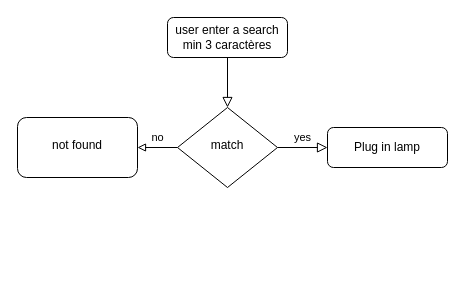
The draw.io diagram Diagramme sans nom.drawio in Missfantaxya/alexiaskrzypczak_7_01022023, before the edit. Source tidied: cells renumbered, new cells numbered last; positions are measured from the earlier drawing's top-left corner, leaving out a move shared by most shapes. Both pictures are drawn from the tidied source at 100%, with x=0, y=0 at pixel (17, 17).
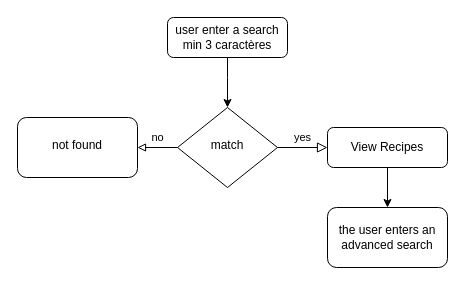
Above is the later version.

The edit, as a diff of the source:
```diff
@@
 <mxGraphModel>
   <root>
     <mxCell id="0" />
     <mxCell id="1" parent="0" />
-    <mxCell id="2" style="rounded=0;html=1;jettySize=auto;fontSize=11;endArrow=block;endFill=0;endSize=8;strokeWidth=1;shadow=0;labelBackgroundColor=none;edgeStyle=orthogonalEdgeStyle;" parent="1" edge="1" source="3" target="6">
-      <mxGeometry relative="1" as="geometry" />
+    <mxCell id="2" style="rounded=0;html=1;jettySize=auto;fontSize=11;endArrow=classic;endFill=1;strokeWidth=1;shadow=0;labelBackgroundColor=none;edgeStyle=orthogonalEdgeStyle;" parent="1" edge="1" source="3" target="6">
+      <mxGeometry relative="1" as="geometry">
+        <Array as="points">
+          <mxPoint x="210" y="60" />
+          <mxPoint x="210" y="60" />
+        </Array>
+      </mxGeometry>
     </mxCell>
     <mxCell id="3" value="user enter a search&lt;br&gt;min 3 caractères" style="rounded=1;whiteSpace=wrap;html=1;fontSize=12;glass=0;strokeWidth=1;shadow=0;" parent="1" vertex="1">
       <mxGeometry x="150" width="120" height="40" as="geometry" />
     </mxCell>
     <mxCell id="4" value="yes" style="edgeStyle=orthogonalEdgeStyle;rounded=0;html=1;jettySize=auto;fontSize=11;endArrow=block;endFill=0;endSize=8;strokeWidth=1;shadow=0;labelBackgroundColor=none;" parent="1" edge="1" source="6" target="7">
       <mxGeometry y="10" relative="1" as="geometry" />
     </mxCell>
     <mxCell id="5" value="no" style="edgeStyle=orthogonalEdgeStyle;rounded=0;jettySize=auto;endArrow=block;endFill=0;html=1;" parent="1" edge="1" source="6" target="8">
       <mxGeometry y="-10" relative="1" as="geometry" />
     </mxCell>
     <mxCell id="6" value="match" style="rhombus;whiteSpace=wrap;html=1;shadow=0;fontFamily=Helvetica;fontSize=12;align=center;strokeWidth=1;spacing=6;spacingTop=-4;" parent="1" vertex="1">
       <mxGeometry x="160" y="90" width="100" height="80" as="geometry" />
     </mxCell>
+    <mxCell id="9" style="edgeStyle=orthogonalEdgeStyle;rounded=0;jettySize=auto;html=1;" parent="1" edge="1" source="7" target="10">
+      <mxGeometry relative="1" as="geometry" />
+    </mxCell>
-    <mxCell id="7" value="Plug in lamp" style="rounded=1;whiteSpace=wrap;html=1;fontSize=12;glass=0;strokeWidth=1;shadow=0;" parent="1" vertex="1">
+    <mxCell id="7" value="View Recipes" style="rounded=1;whiteSpace=wrap;html=1;fontSize=12;glass=0;strokeWidth=1;shadow=0;" parent="1" vertex="1">
       <mxGeometry x="310" y="110" width="120" height="40" as="geometry" />
     </mxCell>
     <mxCell id="8" value="not found" style="rounded=1;whiteSpace=wrap;html=1;shadow=0;strokeWidth=1;spacing=6;spacingTop=-4;" parent="1" vertex="1">
       <mxGeometry y="100" width="120" height="60" as="geometry" />
     </mxCell>
+    <mxCell id="10" value="the user enters an advanced search" style="whiteSpace=wrap;html=1;rounded=1;glass=0;strokeWidth=1;shadow=0;" parent="1" vertex="1">
+      <mxGeometry x="310" y="190" width="120" height="60" as="geometry" />
+    </mxCell>
   </root>
 </mxGraphModel>
```
